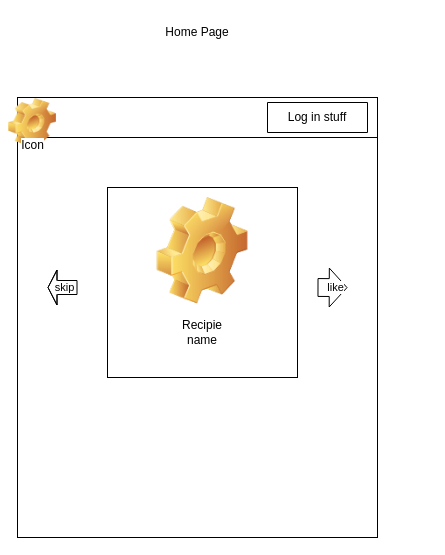
Before: page "Page-2" (2 of 4) of uml.drawio in BopeChanUwU/CPSC272-Group-Project, a draw.io diagram. Source tidied: cells renumbered, new cells numbered last; positions are measured from the earlier drawing's top-left corner, leaving out a move shared by most shapes. Both pictures are drawn from the tidied source at 100%, with x=0, y=0 at pixel (17, 17).
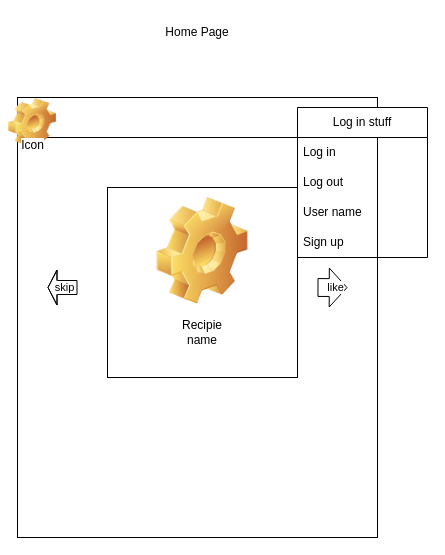
The same diagram, later.

The edit, as a diff of the source:
```diff
@@
-    <mxCell id="12" value="Log in stuff" style="swimlane;fontStyle=0;horizontal=1;startSize=30;whiteSpace=wrap;html=1;" parent="1" vertex="1" collapsed="1">
-      <mxGeometry x="250" y="85" width="100" height="30" as="geometry" />
+    <mxCell id="12" value="Log in stuff" style="swimlane;fontStyle=0;horizontal=1;startSize=30;whiteSpace=wrap;html=1;" parent="1" vertex="1">
+      <mxGeometry x="280" y="90" width="130" height="150" as="geometry" />
     </mxCell>
+    <mxCell id="14" value="Log in" style="text;strokeColor=none;fillColor=none;align=left;verticalAlign=middle;spacingLeft=4;spacingRight=4;overflow=hidden;whiteSpace=wrap;html=1;" parent="12" vertex="1">
+      <mxGeometry y="30" width="130" height="30" as="geometry" />
+    </mxCell>
+    <mxCell id="15" value="Log out" style="text;strokeColor=none;fillColor=none;align=left;verticalAlign=middle;spacingLeft=4;spacingRight=4;overflow=hidden;whiteSpace=wrap;html=1;" parent="12" vertex="1">
+      <mxGeometry y="60" width="130" height="30" as="geometry" />
+    </mxCell>
+    <mxCell id="16" value="User name" style="text;strokeColor=none;fillColor=none;align=left;verticalAlign=middle;spacingLeft=4;spacingRight=4;overflow=hidden;whiteSpace=wrap;html=1;" parent="12" vertex="1">
+      <mxGeometry y="90" width="130" height="30" as="geometry" />
+    </mxCell>
+    <mxCell id="17" value="Sign up" style="text;strokeColor=none;fillColor=none;align=left;verticalAlign=middle;spacingLeft=4;spacingRight=4;overflow=hidden;whiteSpace=wrap;html=1;" parent="12" vertex="1">
+      <mxGeometry y="120" width="130" height="30" as="geometry" />
+    </mxCell>
```
